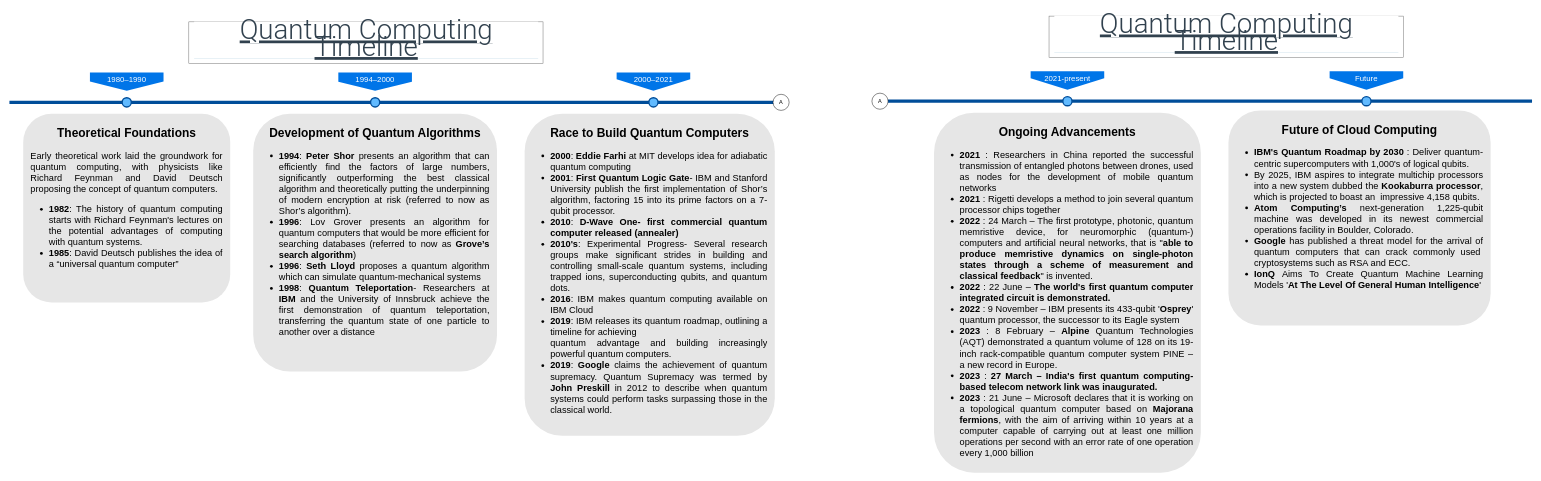
The draw.io diagram QCtimeline3.drawio in mimoneysh/DB_Design, before the edit. Source tidied: cells renumbered, new cells numbered last; positions are measured from the earlier drawing's top-left corner, leaving out a move shared by most shapes. Both pictures are drawn from the tidied source at 46%, with x=0, y=0 at pixel (9, 16).
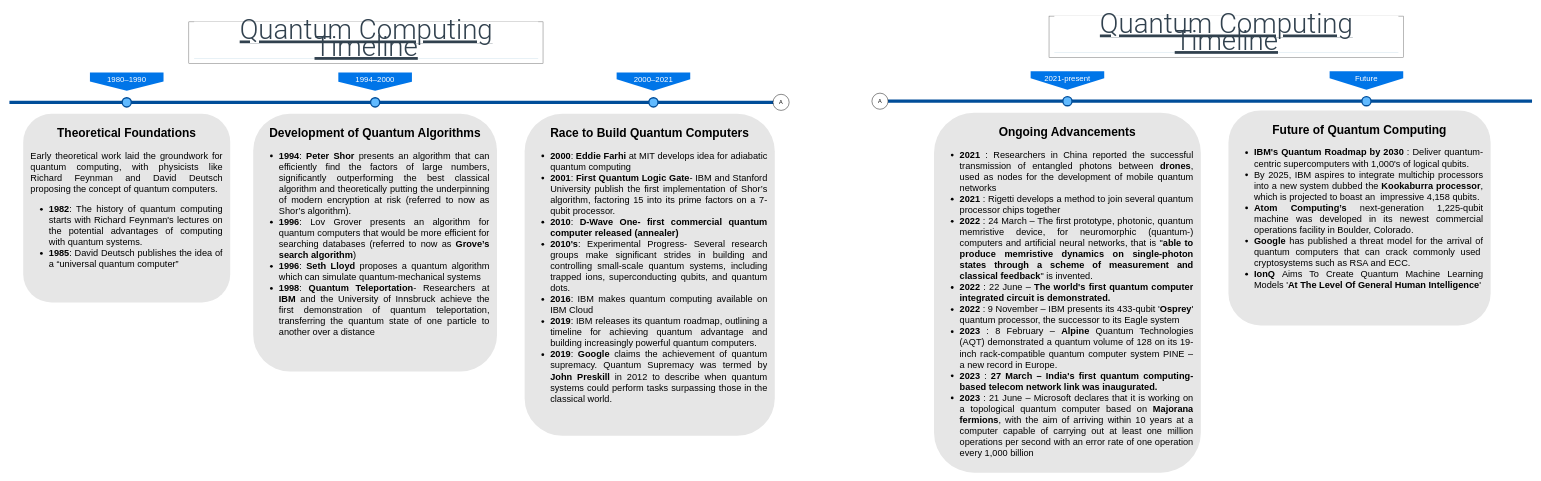
The same page after the edit.

Diff of the diagram source:
```diff
@@
-    <mxCell id="9" value="&lt;h1&gt;Ongoing Advancements&lt;/h1&gt;&lt;div align=&quot;justify&quot;&gt;&lt;ul style=&quot;font-size: 20px;&quot;&gt;&lt;li&gt;&lt;b&gt;2021 &lt;/b&gt;: Researchers in China reported the successful transmission of entangled photons between drones, used as nodes for the development of mobile quantum networks&lt;/li&gt;&lt;li&gt;&lt;b&gt;2021 &lt;/b&gt;: Rigetti develops a method to join several quantum processor chips together&lt;/li&gt;&lt;li&gt;&lt;b&gt;2022 &lt;/b&gt;: 24 March – The first prototype, photonic, quantum memristive device, for neuromorphic (quantum-) computers and artificial neural networks, that is &quot;&lt;b&gt;able to produce memristive dynamics on single-photon states through a scheme of measurement and classical feedback&lt;/b&gt;&quot; is invented.&lt;/li&gt;&lt;li&gt;&lt;b&gt;2022 &lt;/b&gt;: 22 June – &lt;b&gt;The world's first quantum computer integrated circuit is demonstrated.&lt;/b&gt;&lt;/li&gt;&lt;li&gt;&lt;b&gt;2022 &lt;/b&gt;: 9 November – IBM presents its 433-qubit '&lt;b&gt;Osprey&lt;/b&gt;' quantum processor, the successor to its Eagle system&lt;/li&gt;&lt;li&gt;&lt;b&gt;2023 &lt;/b&gt;: 8 February – &lt;b&gt;Alpine &lt;/b&gt;Quantum Technologies (AQT) demonstrated a quantum volume of 128 on its 19-inch rack-compatible quantum computer system PINE – a new record in Europe.&lt;/li&gt;&lt;li&gt;&lt;b&gt;2023 &lt;/b&gt;:&lt;b&gt; 27 March – India's first quantum computing-based telecom network link was inaugurated.&lt;/b&gt;&lt;/li&gt;&lt;li&gt;&lt;b&gt;2023 &lt;/b&gt;: 21 June – Microsoft declares that it is working on a topological quantum computer based on &lt;b&gt;Majorana fermions&lt;/b&gt;, with the aim of arriving within 10 years at a computer capable of carrying out at least one million operations per second with an error rate of one operation every 1,000 billion&lt;br&gt;&lt;/li&gt;&lt;/ul&gt;&lt;/div&gt;&lt;p align=&quot;left&quot;&gt;&lt;br&gt;&lt;/p&gt;" style="text;html=1;spacing=5;spacingTop=0;whiteSpace=wrap;overflow=hidden;strokeColor=none;strokeWidth=3;fillColor=#E6E6E6;fontSize=13;fontColor=#000000;align=center;rounded=1;spacingLeft=12;spacingRight=12;" parent="1" vertex="1">
+    <mxCell id="9" value="&lt;h1&gt;Ongoing Advancements&lt;/h1&gt;&lt;div align=&quot;justify&quot;&gt;&lt;ul style=&quot;font-size: 20px;&quot;&gt;&lt;li&gt;&lt;b&gt;2021 &lt;/b&gt;: Researchers in China reported the successful transmission of entangled photons between &lt;b&gt;drones&lt;/b&gt;, used as nodes for the development of mobile quantum networks&lt;/li&gt;&lt;li&gt;&lt;b&gt;2021 &lt;/b&gt;: Rigetti develops a method to join several quantum processor chips together&lt;/li&gt;&lt;li&gt;&lt;b&gt;2022 &lt;/b&gt;: 24 March – The first prototype, photonic, quantum memristive device, for neuromorphic (quantum-) computers and artificial neural networks, that is &quot;&lt;b&gt;able to produce memristive dynamics on single-photon states through a scheme of measurement and classical feedback&lt;/b&gt;&quot; is invented.&lt;/li&gt;&lt;li&gt;&lt;b&gt;2022 &lt;/b&gt;: 22 June – &lt;b&gt;The world's first quantum computer integrated circuit is demonstrated.&lt;/b&gt;&lt;/li&gt;&lt;li&gt;&lt;b&gt;2022 &lt;/b&gt;: 9 November – IBM presents its 433-qubit '&lt;b&gt;Osprey&lt;/b&gt;' quantum processor, the successor to its Eagle system&lt;/li&gt;&lt;li&gt;&lt;b&gt;2023 &lt;/b&gt;: 8 February – &lt;b&gt;Alpine &lt;/b&gt;Quantum Technologies (AQT) demonstrated a quantum volume of 128 on its 19-inch rack-compatible quantum computer system PINE – a new record in Europe.&lt;/li&gt;&lt;li&gt;&lt;b&gt;2023 &lt;/b&gt;:&lt;b&gt; 27 March – India's first quantum computing-based telecom network link was inaugurated.&lt;/b&gt;&lt;/li&gt;&lt;li&gt;&lt;b&gt;2023 &lt;/b&gt;: 21 June – Microsoft declares that it is working on a topological quantum computer based on &lt;b&gt;Majorana fermions&lt;/b&gt;, with the aim of arriving within 10 years at a computer capable of carrying out at least one million operations per second with an error rate of one operation every 1,000 billion&lt;br&gt;&lt;/li&gt;&lt;/ul&gt;&lt;/div&gt;&lt;p align=&quot;left&quot;&gt;&lt;br&gt;&lt;/p&gt;" style="text;html=1;spacing=5;spacingTop=0;whiteSpace=wrap;overflow=hidden;strokeColor=none;strokeWidth=3;fillColor=#E6E6E6;fontSize=13;fontColor=#000000;align=center;rounded=1;spacingLeft=12;spacingRight=12;" parent="1" vertex="1">
       <mxGeometry x="2010" y="209.5" width="580" height="782.5" as="geometry" />
     </mxCell>
@@
-    <mxCell id="13" value="&lt;h1&gt;Race to Build Quantum Computers&lt;/h1&gt;&lt;div align=&quot;justify&quot; style=&quot;font-size: 20px;&quot;&gt;&lt;ul&gt;&lt;li&gt;&lt;b&gt;2000&lt;/b&gt;: &lt;b&gt;Eddie Farhi&lt;/b&gt; at MIT develops idea for adiabatic quantum computing&lt;/li&gt;&lt;li&gt;&lt;b&gt;2001&lt;/b&gt;: &lt;b&gt;First Quantum Logic Gate&lt;/b&gt;- IBM and Stanford University publish the first implementation of Shor’s algorithm, factoring 15 into its prime factors on a 7-qubit processor.&lt;/li&gt;&lt;li&gt;&lt;b&gt;2010&lt;/b&gt;: &lt;b&gt;D-Wave One- first commercial quantum computer released (annealer)&lt;/b&gt;&lt;/li&gt;&lt;li&gt;&lt;b&gt;2010's&lt;/b&gt;: Experimental Progress- Several research groups make significant strides in building and controlling small-scale quantum systems, including trapped ions, superconducting qubits, and quantum dots.&lt;/li&gt;&lt;li&gt;&lt;b&gt;2016&lt;/b&gt;:&amp;nbsp;IBM makes quantum computing available on IBM Cloud&lt;/li&gt;&lt;li&gt;&lt;b&gt;2019&lt;/b&gt;: IBM releases its quantum roadmap, outlining a timeline for achieving &lt;br&gt;quantum advantage and building increasingly powerful quantum computers.&lt;/li&gt;&lt;li&gt;&lt;b&gt;2019&lt;/b&gt;: &lt;b&gt;Google &lt;/b&gt;claims the achievement of quantum supremacy. Quantum Supremacy was termed by &lt;b&gt;John Preskill&lt;/b&gt; in 2012 to describe when quantum systems could perform tasks surpassing those in the classical world.&lt;br&gt;&lt;/li&gt;&lt;/ul&gt;&lt;/div&gt;" style="text;html=1;spacing=5;spacingTop=0;whiteSpace=wrap;overflow=hidden;strokeColor=none;strokeWidth=3;fillColor=#E6E6E6;fontSize=13;fontColor=#000000;align=center;rounded=1;spacingLeft=12;spacingRight=12;" parent="1" vertex="1">
+    <mxCell id="13" value="&lt;h1&gt;Race to Build Quantum Computers&lt;/h1&gt;&lt;div align=&quot;justify&quot; style=&quot;font-size: 20px;&quot;&gt;&lt;ul&gt;&lt;li&gt;&lt;b&gt;2000&lt;/b&gt;: &lt;b&gt;Eddie Farhi&lt;/b&gt; at MIT develops idea for adiabatic quantum computing&lt;/li&gt;&lt;li&gt;&lt;b&gt;2001&lt;/b&gt;: &lt;b&gt;First Quantum Logic Gate&lt;/b&gt;- IBM and Stanford University publish the first implementation of Shor’s algorithm, factoring 15 into its prime factors on a 7-qubit processor.&lt;/li&gt;&lt;li&gt;&lt;b&gt;2010&lt;/b&gt;: &lt;b&gt;D-Wave One- first commercial quantum computer released (annealer)&lt;/b&gt;&lt;/li&gt;&lt;li&gt;&lt;b&gt;2010's&lt;/b&gt;: Experimental Progress- Several research groups make significant strides in building and controlling small-scale quantum systems, including trapped ions, superconducting qubits, and quantum dots.&lt;/li&gt;&lt;li&gt;&lt;b&gt;2016&lt;/b&gt;:&amp;nbsp;IBM makes quantum computing available on IBM Cloud&lt;/li&gt;&lt;li&gt;&lt;b&gt;2019&lt;/b&gt;: IBM releases its quantum roadmap, outlining a timeline for achieving quantum advantage and building increasingly powerful quantum computers.&lt;/li&gt;&lt;li&gt;&lt;b&gt;2019&lt;/b&gt;: &lt;b&gt;Google &lt;/b&gt;claims the achievement of quantum supremacy. Quantum Supremacy was termed by &lt;b&gt;John Preskill&lt;/b&gt; in 2012 to describe when quantum systems could perform tasks surpassing those in the classical world.&lt;br&gt;&lt;/li&gt;&lt;/ul&gt;&lt;/div&gt;" style="text;html=1;spacing=5;spacingTop=0;whiteSpace=wrap;overflow=hidden;strokeColor=none;strokeWidth=3;fillColor=#E6E6E6;fontSize=13;fontColor=#000000;align=center;rounded=1;spacingLeft=12;spacingRight=12;" parent="1" vertex="1">
       <mxGeometry x="1120" y="212" width="543.8" height="700" as="geometry" />
     </mxCell>
@@
-    <mxCell id="16" value="&lt;h1 align=&quot;center&quot;&gt;Future&amp;nbsp;of Cloud Computing&lt;/h1&gt;&lt;div align=&quot;justify&quot;&gt;&lt;ul style=&quot;font-size: 20px;&quot;&gt;&lt;li&gt;&lt;b&gt;IBM's Quantum Roadmap by 2030 &lt;/b&gt;: &lt;span lang=&quot;en&quot; class=&quot;BxUVEf ILfuVd&quot;&gt;&lt;span class=&quot;hgKElc&quot;&gt;Deliver quantum-centric supercomputers with 1,000's of logical qubits.&lt;/span&gt;&lt;/span&gt;&lt;/li&gt;&lt;li&gt;By 2025, IBM aspires to integrate multichip processors into a new system dubbed the &lt;b&gt;Kookaburra processor&lt;/b&gt;, which is projected to boast an&amp;nbsp; impressive 4,158 qubits.&lt;/li&gt;&lt;li&gt;&lt;span lang=&quot;en&quot; class=&quot;BxUVEf ILfuVd&quot;&gt;&lt;span class=&quot;hgKElc&quot;&gt;&lt;b&gt;Atom Computing’s&lt;/b&gt; next-generation 1,225-qubit machine was developed in its newest commercial operations facility in Boulder, Colorado.&amp;nbsp;&lt;/span&gt;&lt;/span&gt;&lt;/li&gt;&lt;li&gt;&lt;span style=&quot;font-weight: normal;&quot;&gt;&lt;b&gt;Google &lt;/b&gt;has published a threat model for the arrival of quantum computers that can crack commonly used&amp;nbsp; cryptosystems such as RSA and ECC.&lt;/span&gt;&lt;/li&gt;&lt;li&gt;&lt;span style=&quot;font-weight: normal;&quot;&gt;&lt;b&gt;IonQ &lt;/b&gt;Aims To Create Quantum Machine Learning Models '&lt;b&gt;At The Level Of General Human Intelligence&lt;/b&gt;'&lt;br&gt;&lt;/span&gt;&lt;/li&gt;&lt;/ul&gt;&lt;/div&gt;&lt;p align=&quot;left&quot;&gt;&lt;br&gt;&lt;/p&gt;" style="text;html=1;spacing=5;spacingTop=0;whiteSpace=wrap;overflow=hidden;strokeColor=none;strokeWidth=3;fillColor=#E6E6E6;fontSize=13;fontColor=#000000;align=center;rounded=1;spacingLeft=12;spacingRight=12;" parent="1" vertex="1">
+    <mxCell id="16" value="&lt;h1 align=&quot;center&quot;&gt;Future&amp;nbsp;of Quantum Computing&lt;/h1&gt;&lt;div align=&quot;justify&quot;&gt;&lt;ul style=&quot;font-size: 20px;&quot;&gt;&lt;li&gt;&lt;b&gt;IBM's Quantum Roadmap by 2030 &lt;/b&gt;: &lt;span lang=&quot;en&quot; class=&quot;BxUVEf ILfuVd&quot;&gt;&lt;span class=&quot;hgKElc&quot;&gt;Deliver quantum-centric supercomputers with 1,000's of logical qubits.&lt;/span&gt;&lt;/span&gt;&lt;/li&gt;&lt;li&gt;By 2025, IBM aspires to integrate multichip processors into a new system dubbed the &lt;b&gt;Kookaburra processor&lt;/b&gt;, which is projected to boast an&amp;nbsp; impressive 4,158 qubits.&lt;/li&gt;&lt;li&gt;&lt;span lang=&quot;en&quot; class=&quot;BxUVEf ILfuVd&quot;&gt;&lt;span class=&quot;hgKElc&quot;&gt;&lt;b&gt;Atom Computing’s&lt;/b&gt; next-generation 1,225-qubit machine was developed in its newest commercial operations facility in Boulder, Colorado.&amp;nbsp;&lt;/span&gt;&lt;/span&gt;&lt;/li&gt;&lt;li&gt;&lt;span style=&quot;font-weight: normal;&quot;&gt;&lt;b&gt;Google &lt;/b&gt;has published a threat model for the arrival of quantum computers that can crack commonly used&amp;nbsp; cryptosystems such as RSA and ECC.&lt;/span&gt;&lt;/li&gt;&lt;li&gt;&lt;span style=&quot;font-weight: normal;&quot;&gt;&lt;b&gt;IonQ &lt;/b&gt;Aims To Create Quantum Machine Learning Models '&lt;b&gt;At The Level Of General Human Intelligence&lt;/b&gt;'&lt;br&gt;&lt;/span&gt;&lt;/li&gt;&lt;/ul&gt;&lt;/div&gt;&lt;p align=&quot;left&quot;&gt;&lt;br&gt;&lt;/p&gt;" style="text;html=1;spacing=5;spacingTop=0;whiteSpace=wrap;overflow=hidden;strokeColor=none;strokeWidth=3;fillColor=#E6E6E6;fontSize=13;fontColor=#000000;align=center;rounded=1;spacingLeft=12;spacingRight=12;" parent="1" vertex="1">
       <mxGeometry x="2650" y="204.5" width="570" height="467.5" as="geometry" />
     </mxCell>
```
